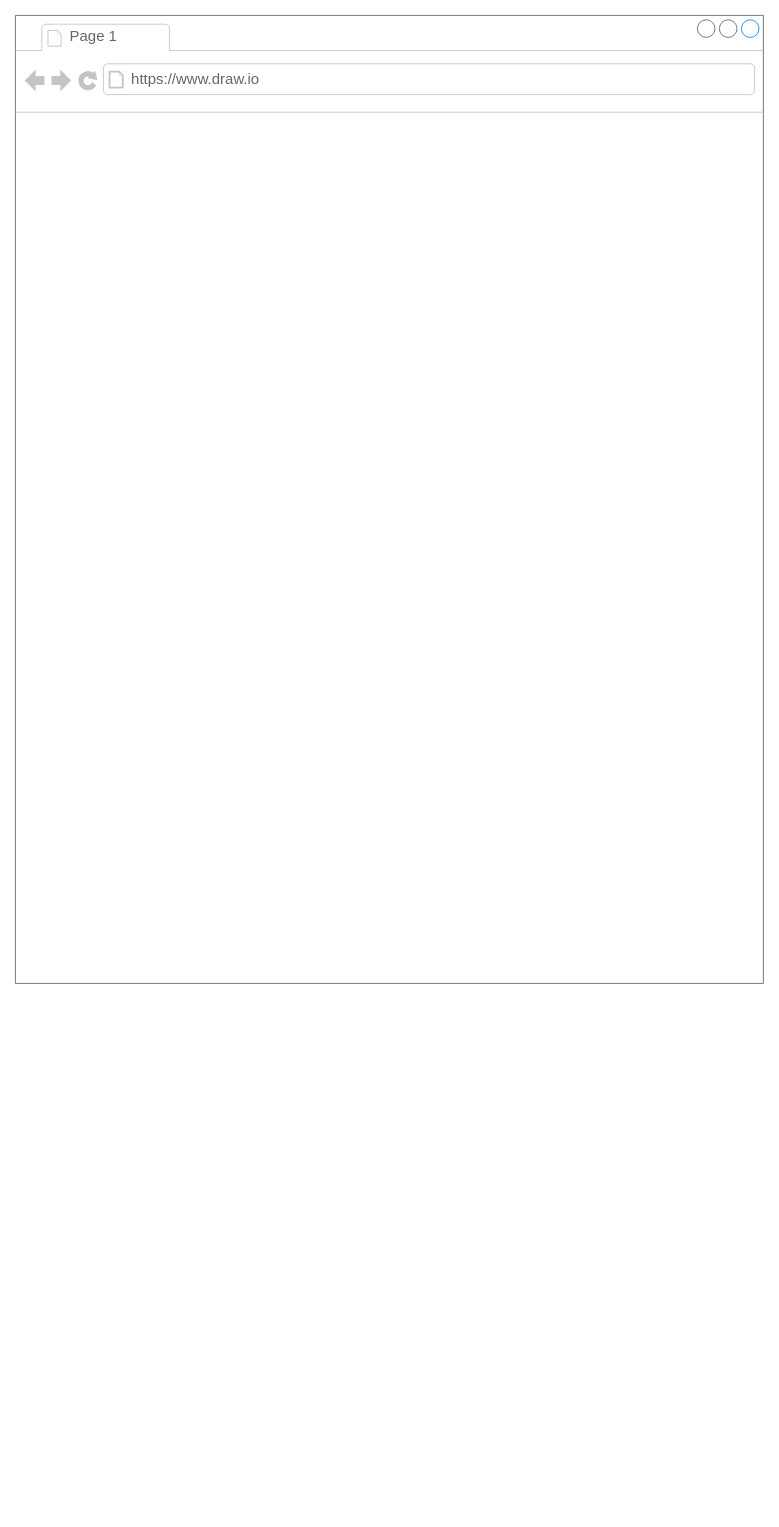
Before: Wireframe.drawio in ElectroPapi/portfolio-site, a draw.io diagram. Source tidied: cells renumbered, new cells numbered last; positions are measured from the earlier drawing's top-left corner, leaving out a move shared by most shapes. Both pictures are drawn from the tidied source at 88%, with x=0, y=0 at pixel (15, 15).
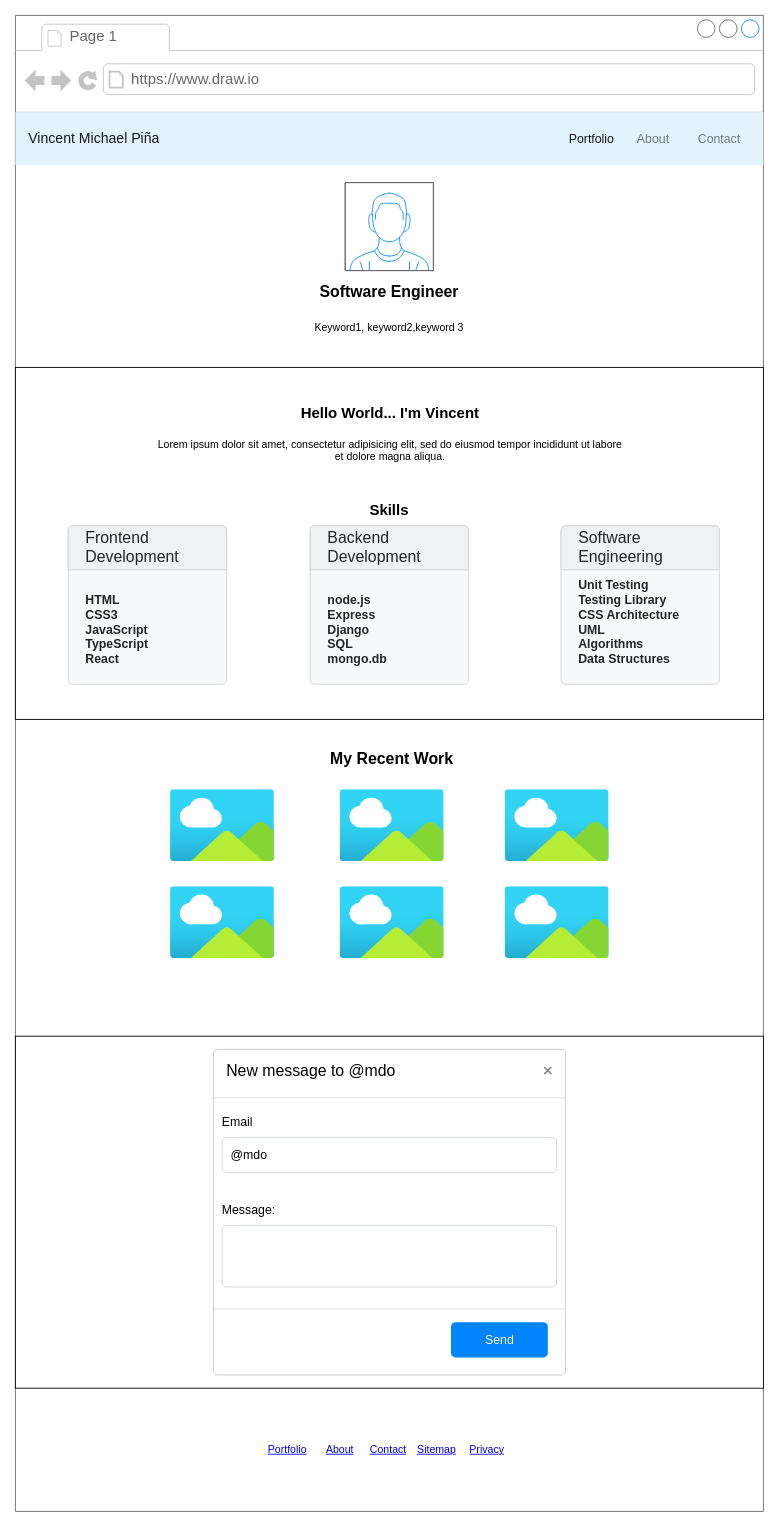
The same diagram, later.

The edit, as a diff of the source:
```diff
@@
     <mxCell id="2" style="strokeWidth=1;shadow=0;dashed=0;align=center;html=1;shape=mxgraph.mockup.containers.browserWindow;rSize=0;strokeColor=#666666;strokeColor2=#008cff;strokeColor3=#c4c4c4;mainText=,;" parent="1" vertex="1">
-      <mxGeometry width="850" height="1100" as="geometry" />
+      <mxGeometry width="850" height="1700" as="geometry" />
     </mxCell>
@@
+    <mxCell id="5" value="Vincent Michael Piña" style="html=1;shadow=0;dashed=0;fillColor=#E3F3FD;strokeColor=none;fontSize=16;fontColor=#161819;align=left;spacing=15;" parent="2" vertex="1">
+      <mxGeometry y="110" width="850" height="60" as="geometry" />
+    </mxCell>
+    <mxCell id="6" value="About" style="fillColor=none;strokeColor=none;fontSize=14;fontColor=#71797E;align=center;" parent="5" vertex="1">
+      <mxGeometry width="70" height="40" relative="1" as="geometry">
+        <mxPoint x="690" y="10" as="offset" />
+      </mxGeometry>
+    </mxCell>
+    <mxCell id="7" value="Portfolio" style="fillColor=none;strokeColor=none;fontSize=14;fontColor=#161819;align=center;" parent="5" vertex="1">
+      <mxGeometry width="70" height="40" relative="1" as="geometry">
+        <mxPoint x="620" y="10" as="offset" />
+      </mxGeometry>
+    </mxCell>
+    <mxCell id="8" value="Contact" style="fillColor=none;strokeColor=none;fontSize=14;fontColor=#71797E;align=center;spacingRight=0;" parent="5" vertex="1">
+      <mxGeometry width="80" height="40" relative="1" as="geometry">
+        <mxPoint x="760" y="10" as="offset" />
+      </mxGeometry>
+    </mxCell>
+    <mxCell id="9" value="&lt;h2&gt;Software Engineer&lt;/h2&gt;" style="text;html=1;strokeColor=none;fillColor=none;align=center;verticalAlign=middle;whiteSpace=wrap;rounded=0;" parent="2" vertex="1">
+      <mxGeometry x="265" y="290" width="320" height="50" as="geometry" />
+    </mxCell>
+    <mxCell id="10" style="verticalLabelPosition=bottom;shadow=0;dashed=0;align=center;html=1;verticalAlign=top;strokeWidth=1;shape=mxgraph.mockup.containers.userMale;strokeColor=#666666;strokeColor2=#008cff;" parent="2" vertex="1">
+      <mxGeometry x="375" y="190" width="100" height="100" as="geometry" />
+    </mxCell>
+    <mxCell id="11" value="Keyword1, keyword2,keyword 3" style="text;html=1;strokeColor=none;fillColor=none;align=center;verticalAlign=middle;whiteSpace=wrap;rounded=0;" parent="2" vertex="1">
+      <mxGeometry x="295" y="340" width="260" height="30" as="geometry" />
+    </mxCell>
+    <mxCell id="12" style="rounded=0;whiteSpace=wrap;html=1;" parent="2" vertex="1">
+      <mxGeometry y="400" width="850" height="400" as="geometry" />
+    </mxCell>
+    <mxCell id="13" value="&lt;h1 style=&quot;text-align: center;&quot;&gt;&lt;font style=&quot;font-size: 17px;&quot;&gt;Hello World... I'm Vincent&lt;/font&gt;&lt;/h1&gt;&lt;p style=&quot;text-align: center;&quot;&gt;Lorem ipsum dolor sit amet, consectetur adipisicing elit, sed do eiusmod tempor incididunt ut labore et dolore magna aliqua.&lt;/p&gt;" style="text;html=1;strokeColor=none;fillColor=none;spacing=5;spacingTop=-20;whiteSpace=wrap;overflow=hidden;rounded=0;" parent="2" vertex="1">
+      <mxGeometry x="155" y="430" width="540" height="120" as="geometry" />
+    </mxCell>
+    <mxCell id="14" value="&lt;h2&gt;My Recent Work&lt;/h2&gt;" style="text;html=1;strokeColor=none;fillColor=none;align=center;verticalAlign=middle;whiteSpace=wrap;rounded=0;" parent="2" vertex="1">
+      <mxGeometry x="267.8" y="820" width="320" height="50" as="geometry" />
+    </mxCell>
+    <mxCell id="15" style="image;html=1;align=center;fontSize=12;image=img/lib/azure2/general/Image.svg;" parent="2" vertex="1">
+      <mxGeometry x="368.8" y="880" width="118.5" height="81.5" as="geometry" />
+    </mxCell>
+    <mxCell id="16" style="image;html=1;align=center;fontSize=12;image=img/lib/azure2/general/Image.svg;" parent="2" vertex="1">
+      <mxGeometry x="368.8" y="990" width="118.5" height="81.5" as="geometry" />
+    </mxCell>
+    <mxCell id="17" style="image;html=1;align=center;fontSize=12;image=img/lib/azure2/general/Image.svg;" parent="2" vertex="1">
+      <mxGeometry x="176" y="880" width="118.5" height="81.5" as="geometry" />
+    </mxCell>
+    <mxCell id="18" style="image;html=1;align=center;fontSize=12;image=img/lib/azure2/general/Image.svg;" parent="2" vertex="1">
+      <mxGeometry x="176" y="990" width="118.5" height="81.5" as="geometry" />
+    </mxCell>
+    <mxCell id="19" style="image;html=1;align=center;fontSize=12;image=img/lib/azure2/general/Image.svg;" parent="2" vertex="1">
+      <mxGeometry x="556.3" y="880" width="118.5" height="81.5" as="geometry" />
+    </mxCell>
+    <mxCell id="20" style="image;html=1;align=center;fontSize=12;image=img/lib/azure2/general/Image.svg;" parent="2" vertex="1">
+      <mxGeometry x="556.3" y="990" width="118.5" height="81.5" as="geometry" />
+    </mxCell>
+    <mxCell id="21" value="&lt;h1 style=&quot;&quot;&gt;&lt;span style=&quot;background-color: initial; font-size: 17px;&quot;&gt;Skills&lt;/span&gt;&lt;/h1&gt;" style="text;html=1;strokeColor=none;fillColor=none;spacing=5;spacingTop=-20;whiteSpace=wrap;overflow=hidden;rounded=0;align=center;" parent="2" vertex="1">
+      <mxGeometry x="155" y="540" width="540" height="40" as="geometry" />
+    </mxCell>
+    <mxCell id="22" value="&lt;span style=&quot;&quot;&gt;&lt;b&gt;HTML&lt;br&gt;CSS3&lt;br&gt;JavaScript&lt;br&gt;TypeScript&lt;br&gt;React&lt;br&gt;&lt;/b&gt;&lt;/span&gt;" style="html=1;shadow=0;dashed=0;shape=mxgraph.bootstrap.rrect;rSize=5;strokeColor=#D2D3D4;html=1;whiteSpace=wrap;fillColor=#F8F9FA;fontColor=#212529;verticalAlign=bottom;align=left;spacing=20;spacingBottom=0;fontSize=14;" parent="2" vertex="1">
+      <mxGeometry x="60" y="580" width="180" height="180" as="geometry" />
+    </mxCell>
+    <mxCell id="23" value="Frontend Development" style="html=1;shadow=0;dashed=0;shape=mxgraph.bootstrap.topButton;rSize=5;perimeter=none;whiteSpace=wrap;fillColor=#F0F1F2;strokeColor=#D2D3D4;fontColor=#212529;fontSize=18;align=left;spacing=20;" parent="22" vertex="1">
+      <mxGeometry width="180" height="50" relative="1" as="geometry" />
+    </mxCell>
+    <mxCell id="24" value="&lt;span style=&quot;&quot;&gt;&lt;b&gt;node.js&lt;br&gt;Express&lt;br&gt;Django&lt;br&gt;SQL&lt;br&gt;mongo.db&lt;br&gt;&lt;/b&gt;&lt;/span&gt;" style="html=1;shadow=0;dashed=0;shape=mxgraph.bootstrap.rrect;rSize=5;strokeColor=#D2D3D4;html=1;whiteSpace=wrap;fillColor=#F8F9FA;fontColor=#212529;verticalAlign=bottom;align=left;spacing=20;spacingBottom=0;fontSize=14;" parent="2" vertex="1">
+      <mxGeometry x="335" y="580" width="180" height="180" as="geometry" />
+    </mxCell>
+    <mxCell id="25" value="Backend Development" style="html=1;shadow=0;dashed=0;shape=mxgraph.bootstrap.topButton;rSize=5;perimeter=none;whiteSpace=wrap;fillColor=#F0F1F2;strokeColor=#D2D3D4;fontColor=#212529;fontSize=18;align=left;spacing=20;" parent="24" vertex="1">
+      <mxGeometry width="180" height="50" relative="1" as="geometry" />
+    </mxCell>
+    <mxCell id="26" value="&lt;span style=&quot;&quot;&gt;&lt;b&gt;Unit Testing&lt;br&gt;Testing Library&lt;br&gt;CSS Architecture&lt;br&gt;UML&lt;br&gt;Algorithms&lt;br&gt;Data Structures&lt;br&gt;&lt;/b&gt;&lt;/span&gt;" style="html=1;shadow=0;dashed=0;shape=mxgraph.bootstrap.rrect;rSize=5;strokeColor=#D2D3D4;html=1;whiteSpace=wrap;fillColor=#F8F9FA;fontColor=#212529;verticalAlign=bottom;align=left;spacing=20;spacingBottom=0;fontSize=14;" parent="2" vertex="1">
+      <mxGeometry x="620" y="580" width="180" height="180" as="geometry" />
+    </mxCell>
+    <mxCell id="27" value="Software Engineering" style="html=1;shadow=0;dashed=0;shape=mxgraph.bootstrap.topButton;rSize=5;perimeter=none;whiteSpace=wrap;fillColor=#F0F1F2;strokeColor=#D2D3D4;fontColor=#212529;fontSize=18;align=left;spacing=20;" parent="26" vertex="1">
+      <mxGeometry width="180" height="50" relative="1" as="geometry" />
+    </mxCell>
+    <mxCell id="28" style="rounded=0;whiteSpace=wrap;html=1;" parent="2" vertex="1">
+      <mxGeometry y="1160" width="850" height="400" as="geometry" />
+    </mxCell>
+    <mxCell id="29" value="New message to @mdo" style="html=1;shadow=0;dashed=0;shape=mxgraph.bootstrap.rrect;rSize=5;html=1;strokeColor=#C8C8C8;fillColor=#ffffff;whiteSpace=wrap;verticalAlign=top;align=left;fontSize=18;spacing=15;spacingTop=-5;" parent="2" vertex="1">
+      <mxGeometry x="225" y="1175" width="400" height="370" as="geometry" />
+    </mxCell>
+    <mxCell id="30" style="shape=line;strokeColor=#dddddd;" parent="29" vertex="1">
+      <mxGeometry width="400" height="10" relative="1" as="geometry">
+        <mxPoint y="50" as="offset" />
+      </mxGeometry>
+    </mxCell>
+    <mxCell id="31" style="html=1;shadow=0;dashed=0;shape=mxgraph.bootstrap.x;strokeColor=#868686;strokeWidth=2;" parent="29" vertex="1">
+      <mxGeometry x="1" width="8" height="8" relative="1" as="geometry">
+        <mxPoint x="-24" y="20" as="offset" />
+      </mxGeometry>
+    </mxCell>
+    <mxCell id="32" value="Email" style="strokeColor=none;fillColor=none;align=left;verticalAlign=top;spacing=10;fontSize=14;whiteSpace=wrap;html=1;" parent="29" vertex="1">
+      <mxGeometry width="400" height="40" relative="1" as="geometry">
+        <mxPoint y="60" as="offset" />
+      </mxGeometry>
+    </mxCell>
+    <mxCell id="33" value="@mdo" style="html=1;shadow=0;dashed=0;shape=mxgraph.bootstrap.rrect;rSize=5;strokeColor=#CED4DA;fillColor=none;align=left;verticalAlign=middle;spacing=10;fontSize=14;whiteSpace=wrap;html=1;" parent="29" vertex="1">
+      <mxGeometry width="380" height="40" relative="1" as="geometry">
+        <mxPoint x="10" y="100" as="offset" />
+      </mxGeometry>
+    </mxCell>
+    <mxCell id="34" value="Message:" style="strokeColor=none;fillColor=none;align=left;verticalAlign=top;spacing=10;fontSize=14;whiteSpace=wrap;html=1;" parent="29" vertex="1">
+      <mxGeometry width="400" height="40" relative="1" as="geometry">
+        <mxPoint y="160" as="offset" />
+      </mxGeometry>
+    </mxCell>
+    <mxCell id="35" style="html=1;shadow=0;dashed=0;shape=mxgraph.bootstrap.rrect;rSize=5;strokeColor=#CED4DA;fillColor=none;align=left;verticalAlign=middle;spacing=10;fontSize=14;whiteSpace=wrap;html=1;" parent="29" vertex="1">
+      <mxGeometry width="380" height="70" relative="1" as="geometry">
+        <mxPoint x="10" y="200" as="offset" />
+      </mxGeometry>
+    </mxCell>
+    <mxCell id="36" style="shape=line;strokeColor=#dddddd;" parent="29" vertex="1">
+      <mxGeometry width="400" height="10" relative="1" as="geometry">
+        <mxPoint y="290" as="offset" />
+      </mxGeometry>
+    </mxCell>
+    <mxCell id="37" value="Send" style="html=1;shadow=0;dashed=0;shape=mxgraph.bootstrap.rrect;rSize=5;fillColor=#0085FC;strokeColor=none;fontColor=#FFFFFF;fontSize=14;" parent="29" vertex="1">
+      <mxGeometry x="1" y="1" width="110" height="40" relative="1" as="geometry">
+        <mxPoint x="-130" y="-60" as="offset" />
+      </mxGeometry>
+    </mxCell>
+    <mxCell id="38" value="Portfolio&lt;span style=&quot;white-space: pre;&quot;&gt;&#9;&lt;/span&gt;" style="text;html=1;strokeColor=none;fillColor=none;whiteSpace=wrap;align=center;verticalAlign=middle;fontColor=#0000EE;fontStyle=4;" parent="2" vertex="1">
+      <mxGeometry x="284" y="1610" width="60" height="40" as="geometry" />
+    </mxCell>
+    <mxCell id="39" value="About" style="text;html=1;strokeColor=none;fillColor=none;whiteSpace=wrap;align=center;verticalAlign=middle;fontColor=#0000EE;fontStyle=4;" parent="2" vertex="1">
+      <mxGeometry x="339" y="1610" width="60" height="40" as="geometry" />
+    </mxCell>
+    <mxCell id="40" value="Contact" style="text;html=1;strokeColor=none;fillColor=none;whiteSpace=wrap;align=center;verticalAlign=middle;fontColor=#0000EE;fontStyle=4;" parent="2" vertex="1">
+      <mxGeometry x="394" y="1610" width="60" height="40" as="geometry" />
+    </mxCell>
+    <mxCell id="41" value="Sitemap" style="text;html=1;strokeColor=none;fillColor=none;whiteSpace=wrap;align=center;verticalAlign=middle;fontColor=#0000EE;fontStyle=4;" parent="2" vertex="1">
+      <mxGeometry x="449" y="1610" width="60" height="40" as="geometry" />
+    </mxCell>
+    <mxCell id="42" value="Privacy" style="text;html=1;strokeColor=none;fillColor=none;whiteSpace=wrap;align=center;verticalAlign=middle;fontColor=#0000EE;fontStyle=4;" parent="2" vertex="1">
+      <mxGeometry x="505.9" y="1610" width="60" height="40" as="geometry" />
+    </mxCell>
```
